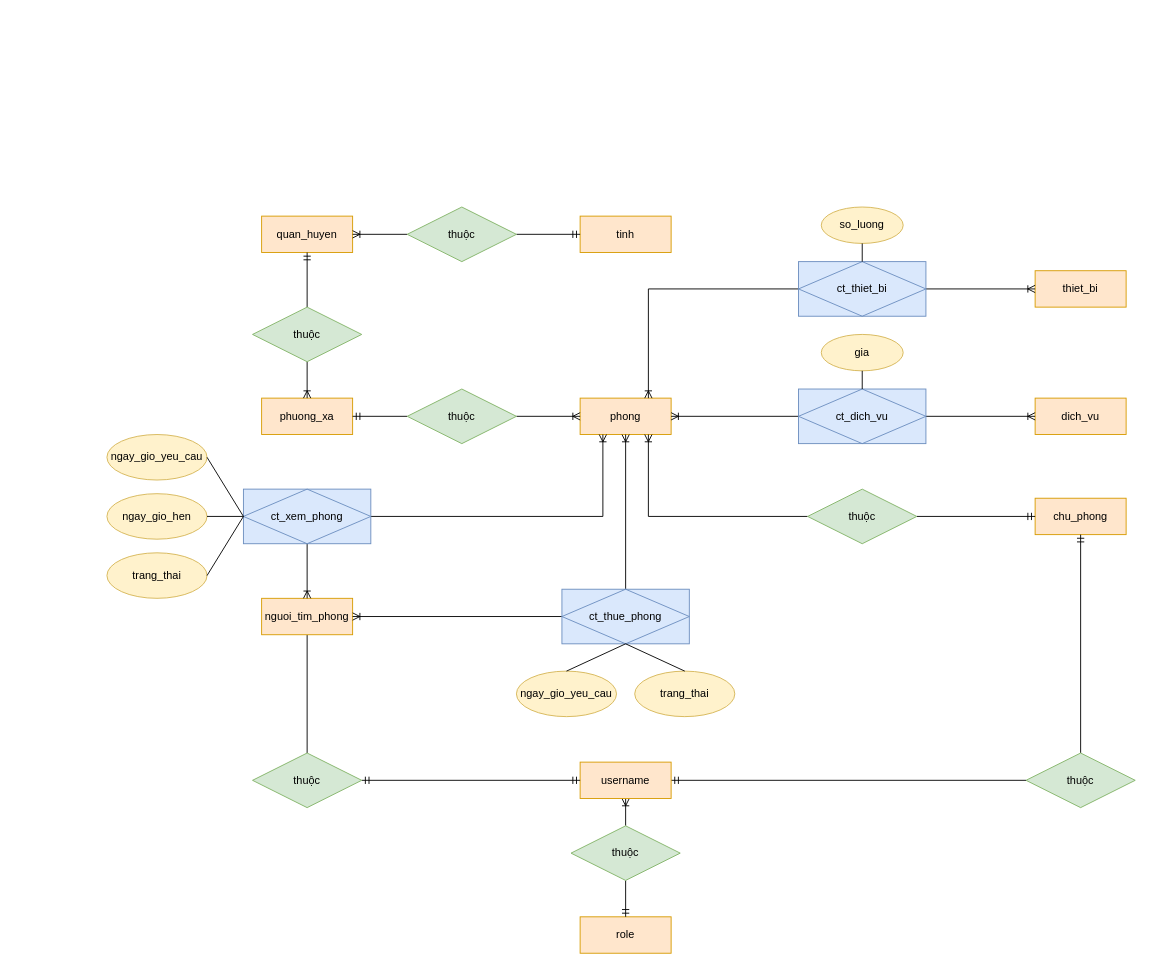
Earlier version of the draw.io diagram diagram.drawio (khanghy1000/seed-db-thue-phong-tro). Source tidied: cells renumbered, new cells numbered last; positions are measured from the earlier drawing's top-left corner, leaving out a move shared by most shapes. Both pictures are drawn from the tidied source at 91%, with x=0, y=0 at pixel (106, 207).
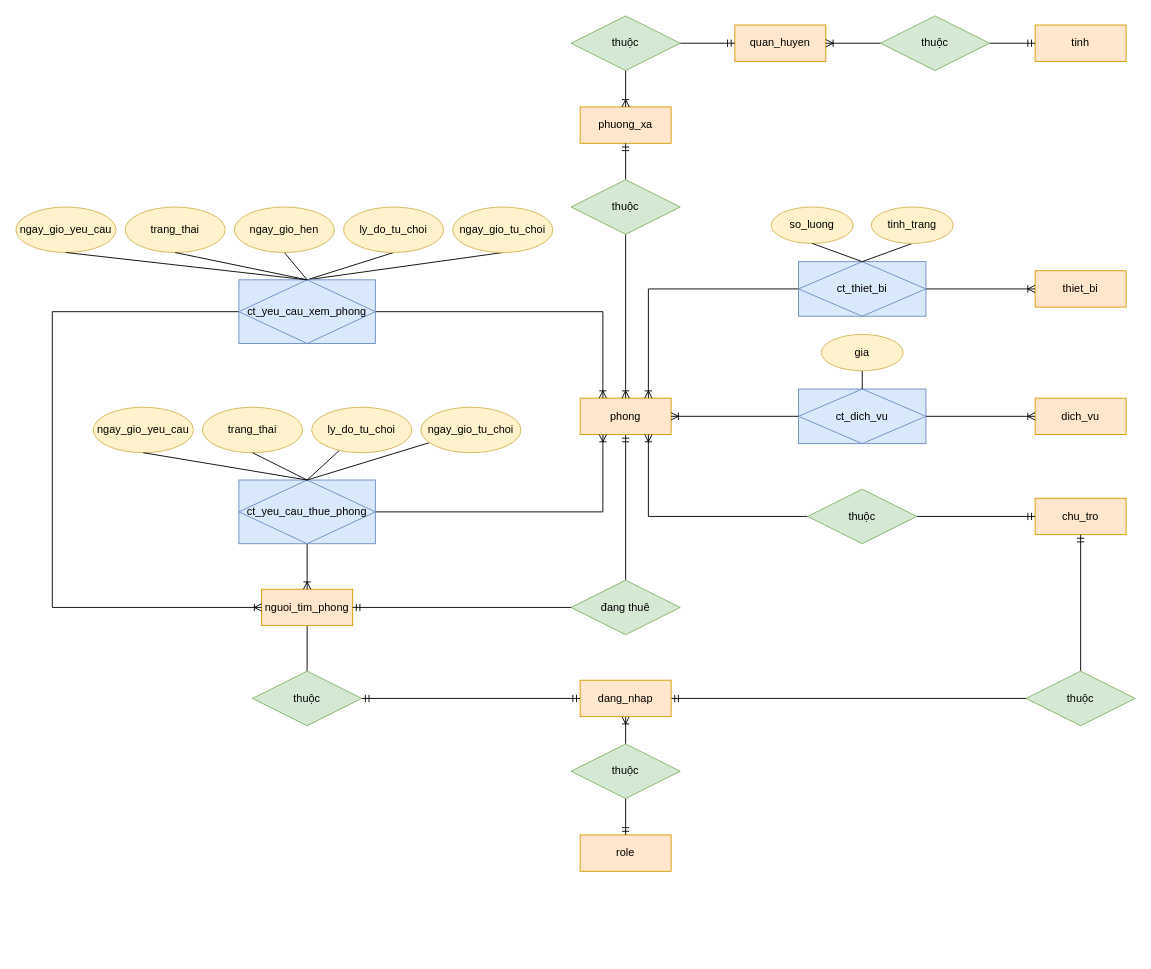
The same diagram, later.

The change refers to these unchanged cells:
```xml
<mxCell id="2" value="phong" style="whiteSpace=wrap;html=1;align=center;fillColor=#ffe6cc;strokeColor=#d79b00;" parent="1" vertex="1">
  <mxGeometry x="520" y="210" width="100" height="40" as="geometry" />
</mxCell>
<mxCell id="19" value="ct_thiet_bi" style="shape=associativeEntity;whiteSpace=wrap;html=1;align=center;fillColor=#dae8fc;strokeColor=#6c8ebf;" parent="1" vertex="1">
  <mxGeometry x="760" y="60" width="140" height="60" as="geometry" />
</mxCell>
```

The edit, as a diff of the source:
```diff
@@
+    <mxCell id="61" style="edgeStyle=orthogonalEdgeStyle;rounded=0;jettySize=auto;html=1;entryX=0.5;entryY=0;entryDx=0;entryDy=0;endArrow=none;endFill=0;startArrow=ERmandOne;startFill=0;" parent="1" edge="1" source="2" target="65">
+      <mxGeometry relative="1" as="geometry" />
+    </mxCell>
@@
-    <mxCell id="3" value="chu_phong" style="whiteSpace=wrap;html=1;align=center;fillColor=#ffe6cc;strokeColor=#d79b00;" parent="1" vertex="1">
+    <mxCell id="3" value="chu_tro" style="whiteSpace=wrap;html=1;align=center;fillColor=#ffe6cc;strokeColor=#d79b00;" parent="1" vertex="1">
       <mxGeometry x="1020" y="320" width="100" height="40" as="geometry" />
     </mxCell>
@@
     <mxCell id="6" value="phuong_xa" style="whiteSpace=wrap;html=1;align=center;fillColor=#ffe6cc;strokeColor=#d79b00;" parent="1" vertex="1">
-      <mxGeometry x="170" y="210" width="100" height="40" as="geometry" />
+      <mxGeometry x="520" y="-110" width="100" height="40" as="geometry" />
     </mxCell>
     <mxCell id="7" value="quan_huyen" style="whiteSpace=wrap;html=1;align=center;fillColor=#ffe6cc;strokeColor=#d79b00;" parent="1" vertex="1">
-      <mxGeometry x="170" y="10" width="100" height="40" as="geometry" />
+      <mxGeometry x="690" y="-200" width="100" height="40" as="geometry" />
     </mxCell>
     <mxCell id="8" value="tinh" style="whiteSpace=wrap;html=1;align=center;fillColor=#ffe6cc;strokeColor=#d79b00;" parent="1" vertex="1">
-      <mxGeometry x="520" y="10" width="100" height="40" as="geometry" />
+      <mxGeometry x="1020" y="-200" width="100" height="40" as="geometry" />
     </mxCell>
@@
     <mxCell id="10" value="nguoi_tim_phong" style="whiteSpace=wrap;html=1;align=center;fillColor=#ffe6cc;strokeColor=#d79b00;" parent="1" vertex="1">
-      <mxGeometry x="170" y="430" width="100" height="40" as="geometry" />
+      <mxGeometry x="170" y="420" width="100" height="40" as="geometry" />
     </mxCell>
@@
-    <mxCell id="20" style="edgeStyle=orthogonalEdgeStyle;rounded=0;jettySize=auto;html=1;exitX=0;exitY=0.5;exitDx=0;exitDy=0;entryX=1;entryY=0.5;entryDx=0;entryDy=0;endArrow=ERmandOne;endFill=0;" parent="1" edge="1" source="22" target="6">
+    <mxCell id="20" style="edgeStyle=orthogonalEdgeStyle;rounded=0;jettySize=auto;html=1;exitX=0.5;exitY=0;exitDx=0;exitDy=0;entryX=0.5;entryY=1;entryDx=0;entryDy=0;endArrow=ERmandOne;endFill=0;" parent="1" edge="1" source="22" target="6">
       <mxGeometry relative="1" as="geometry" />
     </mxCell>
-    <mxCell id="21" style="edgeStyle=orthogonalEdgeStyle;rounded=0;jettySize=auto;html=1;exitX=1;exitY=0.5;exitDx=0;exitDy=0;entryX=0;entryY=0.5;entryDx=0;entryDy=0;endArrow=ERoneToMany;endFill=0;" parent="1" edge="1" source="22" target="2">
+    <mxCell id="21" style="edgeStyle=orthogonalEdgeStyle;rounded=0;jettySize=auto;html=1;exitX=0.5;exitY=1;exitDx=0;exitDy=0;entryX=0.5;entryY=0;entryDx=0;entryDy=0;endArrow=ERoneToMany;endFill=0;" parent="1" edge="1" source="22" target="2">
       <mxGeometry relative="1" as="geometry" />
     </mxCell>
     <mxCell id="22" value="thuộc" style="shape=rhombus;perimeter=rhombusPerimeter;whiteSpace=wrap;html=1;align=center;fillColor=#d5e8d4;strokeColor=#82b366;" parent="1" vertex="1">
-      <mxGeometry x="330" y="200" width="120" height="60" as="geometry" />
+      <mxGeometry x="510" y="-30" width="120" height="60" as="geometry" />
     </mxCell>
@@
-    <mxCell id="24" style="edgeStyle=orthogonalEdgeStyle;rounded=0;jettySize=auto;html=1;exitX=0.5;exitY=0;exitDx=0;exitDy=0;entryX=0.5;entryY=1;entryDx=0;entryDy=0;endArrow=ERmandOne;endFill=0;" parent="1" edge="1" source="25" target="7">
+    <mxCell id="24" style="edgeStyle=orthogonalEdgeStyle;rounded=0;jettySize=auto;html=1;exitX=1;exitY=0.5;exitDx=0;exitDy=0;entryX=0;entryY=0.5;entryDx=0;entryDy=0;endArrow=ERmandOne;endFill=0;" parent="1" edge="1" source="25" target="7">
       <mxGeometry relative="1" as="geometry" />
     </mxCell>
     <mxCell id="25" value="thuộc&lt;br&gt;" style="shape=rhombus;perimeter=rhombusPerimeter;whiteSpace=wrap;html=1;align=center;fillColor=#d5e8d4;strokeColor=#82b366;" parent="1" vertex="1">
-      <mxGeometry x="160" y="110" width="120" height="60" as="geometry" />
+      <mxGeometry x="510" y="-210" width="120" height="60" as="geometry" />
     </mxCell>
@@
     <mxCell id="28" value="thuộc" style="shape=rhombus;perimeter=rhombusPerimeter;whiteSpace=wrap;html=1;align=center;fillColor=#d5e8d4;strokeColor=#82b366;" parent="1" vertex="1">
-      <mxGeometry x="330" width="120" height="60" as="geometry" />
+      <mxGeometry x="850" y="-210" width="120" height="60" as="geometry" />
     </mxCell>
-    <mxCell id="29" style="edgeStyle=orthogonalEdgeStyle;rounded=0;jettySize=auto;html=1;exitX=0;exitY=0.5;exitDx=0;exitDy=0;endArrow=ERoneToMany;endFill=0;" parent="1" edge="1" source="31" target="10">
-      <mxGeometry relative="1" as="geometry" />
+    <mxCell id="29" style="edgeStyle=orthogonalEdgeStyle;rounded=0;jettySize=auto;html=1;exitX=0;exitY=0.5;exitDx=0;exitDy=0;endArrow=ERoneToMany;endFill=0;entryX=0;entryY=0.5;entryDx=0;entryDy=0;" parent="1" edge="1" source="31" target="10">
+      <mxGeometry relative="1" as="geometry">
+        <Array as="points">
+          <mxPoint x="-60" y="115" />
+          <mxPoint x="-60" y="440" />
+        </Array>
+      </mxGeometry>
     </mxCell>
-    <mxCell id="30" style="edgeStyle=orthogonalEdgeStyle;rounded=0;jettySize=auto;html=1;exitX=0.5;exitY=0;exitDx=0;exitDy=0;entryX=0.5;entryY=1;entryDx=0;entryDy=0;endArrow=ERoneToMany;endFill=0;" parent="1" edge="1" source="31" target="2">
+    <mxCell id="30" style="edgeStyle=orthogonalEdgeStyle;rounded=0;jettySize=auto;html=1;exitX=1;exitY=0.5;exitDx=0;exitDy=0;entryX=0.25;entryY=0;entryDx=0;entryDy=0;endArrow=ERoneToMany;endFill=0;" parent="1" edge="1" source="31" target="2">
       <mxGeometry relative="1" as="geometry" />
     </mxCell>
+    <mxCell id="62" style="rounded=0;jettySize=auto;html=1;exitX=0.5;exitY=0;exitDx=0;exitDy=0;entryX=0.5;entryY=1;entryDx=0;entryDy=0;endArrow=none;endFill=0;" parent="1" edge="1" source="31" target="67">
+      <mxGeometry relative="1" as="geometry" />
+    </mxCell>
+    <mxCell id="63" style="rounded=0;jettySize=auto;html=1;entryX=0.5;entryY=1;entryDx=0;entryDy=0;endArrow=none;endFill=0;exitX=0.5;exitY=0;exitDx=0;exitDy=0;" parent="1" edge="1" source="31" target="68">
+      <mxGeometry relative="1" as="geometry" />
+    </mxCell>
-    <mxCell id="31" value="ct_thue_phong" style="shape=associativeEntity;whiteSpace=wrap;html=1;align=center;fillColor=#dae8fc;strokeColor=#6c8ebf;" parent="1" vertex="1">
-      <mxGeometry x="500" y="420" width="140" height="60" as="geometry" />
+    <mxCell id="31" value="ct_yeu_cau_xem_phong" style="shape=associativeEntity;whiteSpace=wrap;html=1;align=center;fillColor=#dae8fc;strokeColor=#6c8ebf;" parent="1" vertex="1">
+      <mxGeometry x="145" y="80" width="150" height="70" as="geometry" />
     </mxCell>
@@
     <mxCell id="35" value="so_luong&lt;br&gt;" style="ellipse;whiteSpace=wrap;html=1;fillColor=#fff2cc;strokeColor=#d6b656;" parent="1" vertex="1">
-      <mxGeometry x="785" width="90" height="40" as="geometry" />
+      <mxGeometry x="730" width="90" height="40" as="geometry" />
     </mxCell>
@@
     <mxCell id="40" value="ngay_gio_yeu_cau&lt;br&gt;" style="ellipse;whiteSpace=wrap;html=1;fillColor=#fff2cc;strokeColor=#d6b656;" parent="1" vertex="1">
-      <mxGeometry x="450" y="510" width="110" height="50" as="geometry" />
+      <mxGeometry x="-100" width="110" height="50" as="geometry" />
     </mxCell>
     <mxCell id="41" value="trang_thai" style="ellipse;whiteSpace=wrap;html=1;fillColor=#fff2cc;strokeColor=#d6b656;" parent="1" vertex="1">
-      <mxGeometry x="580" y="510" width="110" height="50" as="geometry" />
+      <mxGeometry x="20" width="110" height="50" as="geometry" />
     </mxCell>
-    <mxCell id="42" style="endArrow=none;html=1;rounded=0;entryX=0.5;entryY=1;entryDx=0;entryDy=0;exitX=0.5;exitY=0;exitDx=0;exitDy=0;" parent="1" edge="1" source="40" target="31">
+    <mxCell id="42" style="endArrow=none;html=1;rounded=0;entryX=0.5;entryY=0;entryDx=0;entryDy=0;exitX=0.5;exitY=1;exitDx=0;exitDy=0;" parent="1" edge="1" source="40" target="31">
       <mxGeometry relative="1" as="geometry" />
     </mxCell>
-    <mxCell id="43" style="endArrow=none;html=1;rounded=0;entryX=0.5;entryY=0;entryDx=0;entryDy=0;exitX=0.5;exitY=1;exitDx=0;exitDy=0;" parent="1" edge="1" source="31" target="41">
+    <mxCell id="43" style="endArrow=none;html=1;rounded=0;entryX=0.5;entryY=1;entryDx=0;entryDy=0;exitX=0.5;exitY=0;exitDx=0;exitDy=0;" parent="1" edge="1" source="31" target="41">
       <mxGeometry relative="1" as="geometry" />
     </mxCell>
-    <mxCell id="44" value="ct_xem_phong" style="shape=associativeEntity;whiteSpace=wrap;html=1;align=center;fillColor=#dae8fc;strokeColor=#6c8ebf;" parent="1" vertex="1">
-      <mxGeometry x="150" y="310" width="140" height="60" as="geometry" />
+    <mxCell id="44" value="ct_yeu_cau_thue_phong" style="shape=associativeEntity;whiteSpace=wrap;html=1;align=center;fillColor=#dae8fc;strokeColor=#6c8ebf;" parent="1" vertex="1">
+      <mxGeometry x="145" y="300" width="150" height="70" as="geometry" />
     </mxCell>
     <mxCell id="45" value="ngay_gio_yeu_cau&lt;br&gt;" style="ellipse;whiteSpace=wrap;html=1;fillColor=#fff2cc;strokeColor=#d6b656;" parent="1" vertex="1">
-      <mxGeometry y="250" width="110" height="50" as="geometry" />
+      <mxGeometry x="-15" y="220" width="110" height="50" as="geometry" />
     </mxCell>
     <mxCell id="46" value="trang_thai" style="ellipse;whiteSpace=wrap;html=1;fillColor=#fff2cc;strokeColor=#d6b656;" parent="1" vertex="1">
-      <mxGeometry y="380" width="110" height="50" as="geometry" />
+      <mxGeometry x="105" y="220" width="110" height="50" as="geometry" />
     </mxCell>
-    <mxCell id="47" style="endArrow=none;html=1;rounded=0;entryX=0;entryY=0.5;entryDx=0;entryDy=0;exitX=1;exitY=0.5;exitDx=0;exitDy=0;" parent="1" edge="1" source="45" target="44">
+    <mxCell id="47" style="endArrow=none;html=1;rounded=0;entryX=0.5;entryY=0;entryDx=0;entryDy=0;exitX=0.5;exitY=1;exitDx=0;exitDy=0;" parent="1" edge="1" source="45" target="44">
       <mxGeometry relative="1" as="geometry" />
     </mxCell>
-    <mxCell id="48" style="endArrow=none;html=1;rounded=0;entryX=1;entryY=0.5;entryDx=0;entryDy=0;exitX=0;exitY=0.5;exitDx=0;exitDy=0;" parent="1" edge="1" source="44" target="46">
+    <mxCell id="48" style="endArrow=none;html=1;rounded=0;entryX=0.5;entryY=1;entryDx=0;entryDy=0;exitX=0.5;exitY=0;exitDx=0;exitDy=0;" parent="1" edge="1" source="44" target="46">
       <mxGeometry relative="1" as="geometry" />
     </mxCell>
-    <mxCell id="49" value="ngay_gio_hen" style="ellipse;whiteSpace=wrap;html=1;fillColor=#fff2cc;strokeColor=#d6b656;" parent="1" vertex="1">
-      <mxGeometry y="315" width="110" height="50" as="geometry" />
-    </mxCell>
-    <mxCell id="50" style="endArrow=none;html=1;rounded=0;entryX=1;entryY=0.5;entryDx=0;entryDy=0;exitX=0;exitY=0.5;exitDx=0;exitDy=0;" parent="1" edge="1" source="44" target="49">
-      <mxGeometry relative="1" as="geometry" />
-    </mxCell>
@@
-    <mxCell id="53" value="username" style="whiteSpace=wrap;html=1;align=center;fillColor=#ffe6cc;strokeColor=#d79b00;" parent="1" vertex="1">
-      <mxGeometry x="520" y="610" width="100" height="40" as="geometry" />
+    <mxCell id="53" value="dang_nhap" style="whiteSpace=wrap;html=1;align=center;fillColor=#ffe6cc;strokeColor=#d79b00;" parent="1" vertex="1">
+      <mxGeometry x="520" y="520" width="100" height="40" as="geometry" />
     </mxCell>
     <mxCell id="54" value="role&lt;br&gt;" style="whiteSpace=wrap;html=1;align=center;fillColor=#ffe6cc;strokeColor=#d79b00;" parent="1" vertex="1">
-      <mxGeometry x="520" y="780" width="100" height="40" as="geometry" />
+      <mxGeometry x="520" y="690" width="100" height="40" as="geometry" />
     </mxCell>
@@
     <mxCell id="56" value="thuộc&lt;br&gt;" style="shape=rhombus;perimeter=rhombusPerimeter;whiteSpace=wrap;html=1;align=center;fillColor=#d5e8d4;strokeColor=#82b366;" parent="1" vertex="1">
-      <mxGeometry x="510" y="680" width="120" height="60" as="geometry" />
+      <mxGeometry x="510" y="590" width="120" height="60" as="geometry" />
     </mxCell>
@@
     <mxCell id="58" value="thuộc&lt;br&gt;" style="shape=rhombus;perimeter=rhombusPerimeter;whiteSpace=wrap;html=1;align=center;fillColor=#d5e8d4;strokeColor=#82b366;" parent="1" vertex="1">
-      <mxGeometry x="160" y="600" width="120" height="60" as="geometry" />
+      <mxGeometry x="160" y="510" width="120" height="60" as="geometry" />
     </mxCell>
@@
     <mxCell id="60" value="thuộc&lt;br&gt;" style="shape=rhombus;perimeter=rhombusPerimeter;whiteSpace=wrap;html=1;align=center;fillColor=#d5e8d4;strokeColor=#82b366;" parent="1" vertex="1">
-      <mxGeometry x="1010" y="600" width="120" height="60" as="geometry" />
+      <mxGeometry x="1010" y="510" width="120" height="60" as="geometry" />
     </mxCell>
+    <mxCell id="64" style="edgeStyle=orthogonalEdgeStyle;rounded=0;jettySize=auto;html=1;entryX=1;entryY=0.5;entryDx=0;entryDy=0;endArrow=ERmandOne;endFill=0;" parent="1" edge="1" source="65" target="10">
+      <mxGeometry relative="1" as="geometry" />
+    </mxCell>
+    <mxCell id="65" value="đang thuê" style="shape=rhombus;perimeter=rhombusPerimeter;whiteSpace=wrap;html=1;align=center;fillColor=#d5e8d4;strokeColor=#82b366;" parent="1" vertex="1">
+      <mxGeometry x="510" y="410" width="120" height="60" as="geometry" />
+    </mxCell>
+    <mxCell id="66" style="rounded=0;jettySize=auto;html=1;entryX=0.5;entryY=0;entryDx=0;entryDy=0;endArrow=none;endFill=0;exitX=0.5;exitY=1;exitDx=0;exitDy=0;" parent="1" edge="1" source="49" target="31">
+      <mxGeometry relative="1" as="geometry" />
+    </mxCell>
+    <mxCell id="49" value="ngay_gio_hen" style="ellipse;whiteSpace=wrap;html=1;fillColor=#fff2cc;strokeColor=#d6b656;" parent="1" vertex="1">
+      <mxGeometry x="140" width="110" height="50" as="geometry" />
+    </mxCell>
+    <mxCell id="67" value="ly_do_tu_choi" style="ellipse;whiteSpace=wrap;html=1;fillColor=#fff2cc;strokeColor=#d6b656;" parent="1" vertex="1">
+      <mxGeometry x="260" width="110" height="50" as="geometry" />
+    </mxCell>
+    <mxCell id="68" value="ngay_gio_tu_choi" style="ellipse;whiteSpace=wrap;html=1;fillColor=#fff2cc;strokeColor=#d6b656;" parent="1" vertex="1">
+      <mxGeometry x="380" width="110" height="50" as="geometry" />
+    </mxCell>
+    <mxCell id="69" style="rounded=0;jettySize=auto;html=1;endArrow=none;endFill=0;entryX=0.5;entryY=0;entryDx=0;entryDy=0;" parent="1" edge="1" source="70" target="44">
+      <mxGeometry relative="1" as="geometry" />
+    </mxCell>
+    <mxCell id="70" value="ly_do_tu_choi" style="ellipse;whiteSpace=wrap;html=1;fillColor=#fff2cc;strokeColor=#d6b656;" parent="1" vertex="1">
+      <mxGeometry x="225" y="220" width="110" height="50" as="geometry" />
+    </mxCell>
+    <mxCell id="71" style="rounded=0;jettySize=auto;html=1;entryX=0.5;entryY=0;entryDx=0;entryDy=0;endArrow=none;endFill=0;" parent="1" edge="1" source="72" target="44">
+      <mxGeometry relative="1" as="geometry" />
+    </mxCell>
+    <mxCell id="72" value="ngay_gio_tu_choi" style="ellipse;whiteSpace=wrap;html=1;fillColor=#fff2cc;strokeColor=#d6b656;" parent="1" vertex="1">
+      <mxGeometry x="345" y="220" width="110" height="50" as="geometry" />
+    </mxCell>
+    <mxCell id="73" style="rounded=0;jettySize=auto;html=1;entryX=0.5;entryY=0;entryDx=0;entryDy=0;endArrow=none;endFill=0;exitX=0.5;exitY=1;exitDx=0;exitDy=0;" parent="1" edge="1" source="74" target="19">
+      <mxGeometry relative="1" as="geometry" />
+    </mxCell>
+    <mxCell id="74" value="tinh_trang" style="ellipse;whiteSpace=wrap;html=1;fillColor=#fff2cc;strokeColor=#d6b656;" parent="1" vertex="1">
+      <mxGeometry x="840" width="90" height="40" as="geometry" />
+    </mxCell>
```
